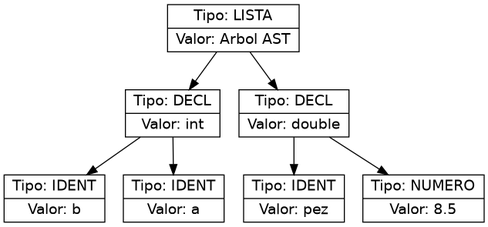
This is ast.png from Farot30/OLC2_2s2025_202307820, a Graphviz export, as it was before one commit. Its source is kept beside it as ast.dot.
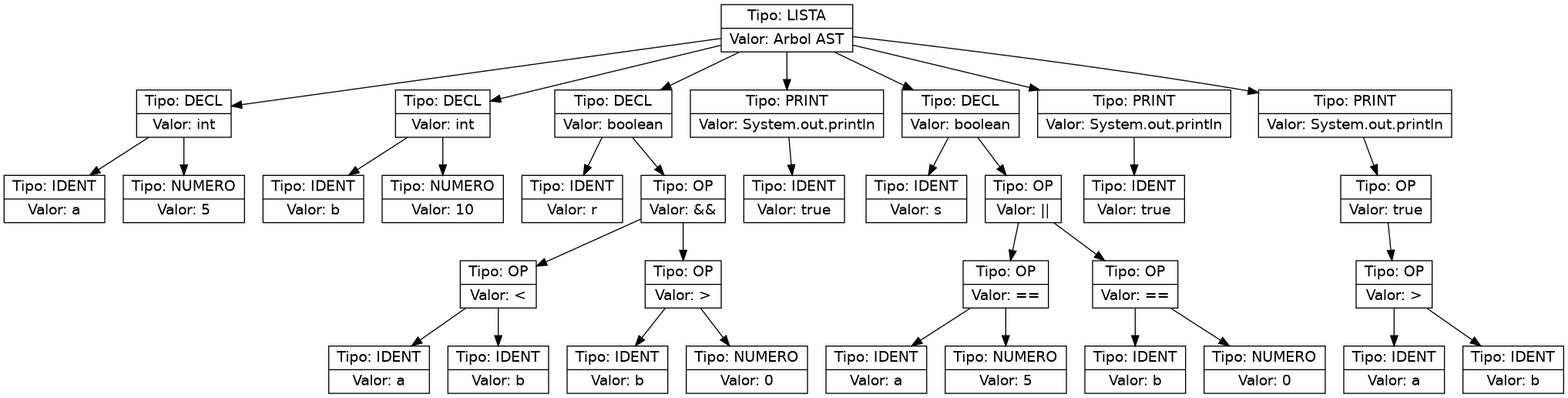
The same diagram one commit later.

The edit, as a diff of the source:
```diff
@@ -1,16 +1,70 @@
 digraph AST {
   node [shape=record,fontname="Helvetica"];
-  n0x5c97509c4260 [label="{Tipo: LISTA|Valor: Arbol AST}"];
-  n0x5c97509c4260 -> n0x5c9750b3fe30;
-  n0x5c9750b3fe30 [label="{Tipo: DECL|Valor: int}"];
-  n0x5c9750b3fe30 -> n0x5c9750b46720;
-  n0x5c9750b46720 [label="{Tipo: IDENT|Valor: b}"];
-  n0x5c9750b3fe30 -> n0x5c9750ad5490;
-  n0x5c9750ad5490 [label="{Tipo: IDENT|Valor: a}"];
-  n0x5c97509c4260 -> n0x5c97508fa800;
-  n0x5c97508fa800 [label="{Tipo: DECL|Valor: double}"];
-  n0x5c97508fa800 -> n0x5c975090b000;
-  n0x5c975090b000 [label="{Tipo: IDENT|Valor: pez}"];
-  n0x5c97508fa800 -> n0x5c97509b60f0;
-  n0x5c97509b60f0 [label="{Tipo: NUMERO|Valor: 8.5}"];
+  n0x61d840a38530 [label="{Tipo: LISTA|Valor: Arbol AST}"];
+  n0x61d840a38530 -> n0x61d8409f1550;
+  n0x61d8409f1550 [label="{Tipo: DECL|Valor: int}"];
+  n0x61d8409f1550 -> n0x61d8409c8560;
+  n0x61d8409c8560 [label="{Tipo: IDENT|Valor: a}"];
+  n0x61d8409f1550 -> n0x61d8409fbb50;
+  n0x61d8409fbb50 [label="{Tipo: NUMERO|Valor: 5}"];
+  n0x61d840a38530 -> n0x61d8409b2b90;
+  n0x61d8409b2b90 [label="{Tipo: DECL|Valor: int}"];
+  n0x61d8409b2b90 -> n0x61d840c47ef0;
+  n0x61d840c47ef0 [label="{Tipo: IDENT|Valor: b}"];
+  n0x61d8409b2b90 -> n0x61d840da5850;
+  n0x61d840da5850 [label="{Tipo: NUMERO|Valor: 10}"];
+  n0x61d840a38530 -> n0x61d8409eca30;
+  n0x61d8409eca30 [label="{Tipo: DECL|Valor: boolean}"];
+  n0x61d8409eca30 -> n0x61d840bba1a0;
+  n0x61d840bba1a0 [label="{Tipo: IDENT|Valor: r}"];
+  n0x61d8409eca30 -> n0x61d840c3d270;
+  n0x61d840c3d270 [label="{Tipo: OP|Valor: &&}"];
+  n0x61d840c3d270 -> n0x61d840c48a70;
+  n0x61d840c48a70 [label="{Tipo: OP|Valor: &lt;}"];
+  n0x61d840c48a70 -> n0x61d840c40070;
+  n0x61d840c40070 [label="{Tipo: IDENT|Valor: a}"];
+  n0x61d840c48a70 -> n0x61d840c43d70;
+  n0x61d840c43d70 [label="{Tipo: IDENT|Valor: b}"];
+  n0x61d840c3d270 -> n0x61d840bfc520;
+  n0x61d840bfc520 [label="{Tipo: OP|Valor: &gt;}"];
+  n0x61d840bfc520 -> n0x61d840a49c00;
+  n0x61d840a49c00 [label="{Tipo: IDENT|Valor: b}"];
+  n0x61d840bfc520 -> n0x61d840c4a750;
+  n0x61d840c4a750 [label="{Tipo: NUMERO|Valor: 0}"];
+  n0x61d840a38530 -> n0x61d840cb6300;
+  n0x61d840cb6300 [label="{Tipo: PRINT|Valor: System.out.println}"];
+  n0x61d840cb6300 -> n0x61d840c45c60;
+  n0x61d840c45c60 [label="{Tipo: IDENT|Valor: true}"];
+  n0x61d840a38530 -> n0x61d840b3d1d0;
+  n0x61d840b3d1d0 [label="{Tipo: DECL|Valor: boolean}"];
+  n0x61d840b3d1d0 -> n0x61d840b3d200;
+  n0x61d840b3d200 [label="{Tipo: IDENT|Valor: s}"];
+  n0x61d840b3d1d0 -> n0x61d840cd3c40;
+  n0x61d840cd3c40 [label="{Tipo: OP|Valor: &#124;&#124;}"];
+  n0x61d840cd3c40 -> n0x61d840c3fe80;
+  n0x61d840c3fe80 [label="{Tipo: OP|Valor: ==}"];
+  n0x61d840c3fe80 -> n0x61d8409c7140;
+  n0x61d8409c7140 [label="{Tipo: IDENT|Valor: a}"];
+  n0x61d840c3fe80 -> n0x61d840c42fa0;
+  n0x61d840c42fa0 [label="{Tipo: NUMERO|Valor: 5}"];
+  n0x61d840cd3c40 -> n0x61d840cd3c10;
+  n0x61d840cd3c10 [label="{Tipo: OP|Valor: ==}"];
+  n0x61d840cd3c10 -> n0x61d840ae5030;
+  n0x61d840ae5030 [label="{Tipo: IDENT|Valor: b}"];
+  n0x61d840cd3c10 -> n0x61d840bfe770;
+  n0x61d840bfe770 [label="{Tipo: NUMERO|Valor: 0}"];
+  n0x61d840a38530 -> n0x61d840cd4300;
+  n0x61d840cd4300 [label="{Tipo: PRINT|Valor: System.out.println}"];
+  n0x61d840cd4300 -> n0x61d840cd42d0;
+  n0x61d840cd42d0 [label="{Tipo: IDENT|Valor: true}"];
+  n0x61d840a38530 -> n0x61d840d9a820;
+  n0x61d840d9a820 [label="{Tipo: PRINT|Valor: System.out.println}"];
+  n0x61d840d9a820 -> n0x61d840a02410;
+  n0x61d840a02410 [label="{Tipo: OP|Valor: true}"];
+  n0x61d840a02410 -> n0x61d840a023e0;
+  n0x61d840a023e0 [label="{Tipo: OP|Valor: &gt;}"];
+  n0x61d840a023e0 -> n0x61d840c3e0e0;
+  n0x61d840c3e0e0 [label="{Tipo: IDENT|Valor: a}"];
+  n0x61d840a023e0 -> n0x61d840c3e110;
+  n0x61d840c3e110 [label="{Tipo: IDENT|Valor: b}"];
 }
```
